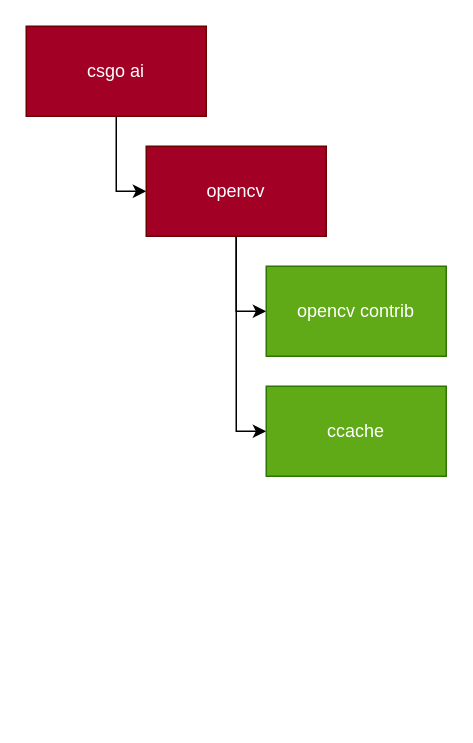
Earlier version of the draw.io diagram CSGOAI.drawio (nVietUK/nVietUK). Source tidied: cells renumbered, new cells numbered last; positions are measured from the earlier drawing's top-left corner, leaving out a move shared by most shapes. Both pictures are drawn from the tidied source at 150%, with x=0, y=0 at pixel (26, 26).
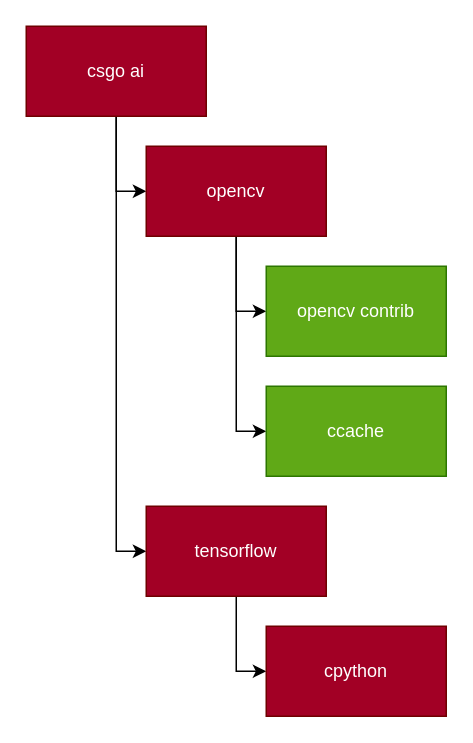
The same diagram, later.

The edit, as a diff of the source:
```diff
@@
 <mxGraphModel>
   <root>
     <mxCell id="0" />
     <mxCell id="1" parent="0" />
     <mxCell id="2" style="edgeStyle=orthogonalEdgeStyle;html=1;entryX=0;entryY=0.5;entryDx=0;entryDy=0;exitX=0.5;exitY=1;exitDx=0;exitDy=0;rounded=0;" parent="1" edge="1" source="3" target="6">
       <mxGeometry relative="1" as="geometry" />
     </mxCell>
+    <mxCell id="9" style="html=1;entryX=0;entryY=0.5;entryDx=0;entryDy=0;rounded=0;edgeStyle=orthogonalEdgeStyle;" parent="1" edge="1" source="3" target="11">
+      <mxGeometry relative="1" as="geometry" />
+    </mxCell>
     <mxCell id="3" value="csgo ai" style="rounded=0;whiteSpace=wrap;html=1;fillColor=#a20025;fontColor=#ffffff;strokeColor=#6F0000;" parent="1" vertex="1">
       <mxGeometry width="120" height="60" as="geometry" />
     </mxCell>
     <mxCell id="4" style="edgeStyle=orthogonalEdgeStyle;rounded=0;html=1;entryX=0;entryY=0.5;entryDx=0;entryDy=0;" parent="1" edge="1" source="6" target="7">
       <mxGeometry relative="1" as="geometry" />
     </mxCell>
     <mxCell id="5" style="edgeStyle=orthogonalEdgeStyle;rounded=0;html=1;entryX=0;entryY=0.5;entryDx=0;entryDy=0;" parent="1" edge="1" source="6" target="8">
       <mxGeometry relative="1" as="geometry" />
     </mxCell>
     <mxCell id="6" value="opencv" style="whiteSpace=wrap;html=1;fillColor=#a20025;strokeColor=#6F0000;fontColor=#ffffff;rounded=0;" parent="1" vertex="1">
       <mxGeometry x="80" y="80" width="120" height="60" as="geometry" />
     </mxCell>
     <mxCell id="7" value="opencv contrib" style="whiteSpace=wrap;html=1;fillColor=#60a917;strokeColor=#2D7600;fontColor=#ffffff;rounded=0;" parent="1" vertex="1">
       <mxGeometry x="160" y="160" width="120" height="60" as="geometry" />
     </mxCell>
     <mxCell id="8" value="ccache&lt;br&gt;" style="whiteSpace=wrap;html=1;fillColor=#60a917;strokeColor=#2D7600;fontColor=#ffffff;rounded=0;" parent="1" vertex="1">
       <mxGeometry x="160" y="240" width="120" height="60" as="geometry" />
     </mxCell>
+    <mxCell id="10" style="edgeStyle=orthogonalEdgeStyle;rounded=0;html=1;entryX=0;entryY=0.5;entryDx=0;entryDy=0;" parent="1" edge="1" source="11" target="12">
+      <mxGeometry relative="1" as="geometry" />
+    </mxCell>
+    <mxCell id="11" value="tensorflow" style="whiteSpace=wrap;html=1;fillColor=#a20025;strokeColor=#6F0000;fontColor=#ffffff;rounded=0;" parent="1" vertex="1">
+      <mxGeometry x="80" y="320" width="120" height="60" as="geometry" />
+    </mxCell>
+    <mxCell id="12" value="cpython" style="whiteSpace=wrap;html=1;fillColor=#a20025;strokeColor=#6F0000;fontColor=#ffffff;rounded=0;" parent="1" vertex="1">
+      <mxGeometry x="160" y="400" width="120" height="60" as="geometry" />
+    </mxCell>
   </root>
 </mxGraphModel>
```
